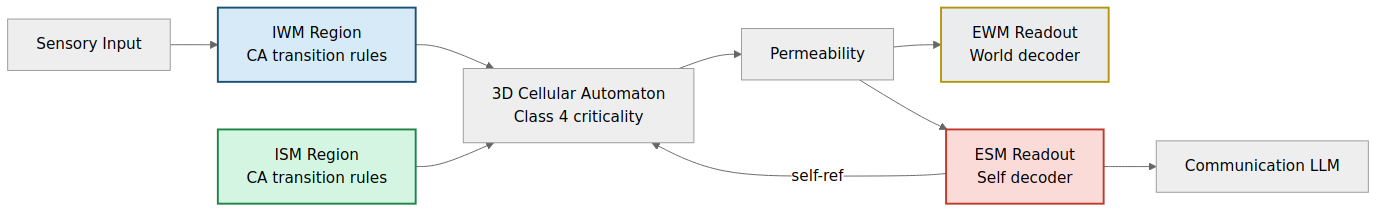
Before: docs/engineering/designs/pdf/png/design-02-simple.png, a diagram exported from Mermaid (JeltzProstetnic/aIware). Its source is kept beside it as docs/engineering/designs/pdf/mmd/design-02-simple.mmd. The source it was exported from:
```mermaid
graph LR
    SENS[Sensory Input] --> IWM[IWM Region<br/>CA transition rules]
    IWM --> CA[3D Cellular Automaton<br/>Class 4 criticality]
    ISM[ISM Region<br/>CA transition rules] --> CA
    CA --> PERM[Permeability]
    PERM --> EWM[EWM Readout<br/>World decoder]
    PERM --> ESM[ESM Readout<br/>Self decoder]
    ESM -->|self-ref| CA
    ESM --> COMM[Communication LLM]
    style IWM fill:#D6EAF8,stroke:#1A5276,stroke-width:2px
    style ISM fill:#D5F5E3,stroke:#1E8449,stroke-width:2px
    style EWM fill:#EAECEE,stroke:#B7950B,stroke-width:2px
    style ESM fill:#FADBD8,stroke:#C0392B,stroke-width:2px
```
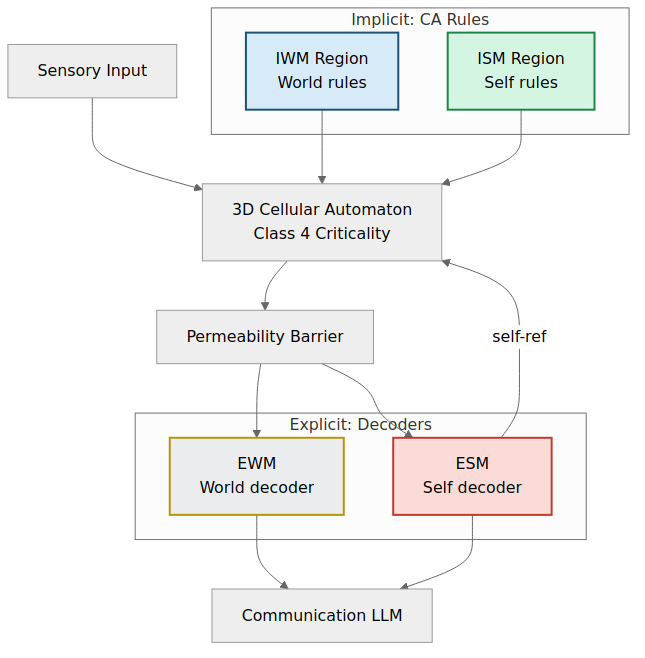
After the change.

Diff of the diagram source:
```diff
@@ -1,12 +1,21 @@
-graph LR
-    SENS[Sensory Input] --> IWM[IWM Region<br/>CA transition rules]
-    IWM --> CA[3D Cellular Automaton<br/>Class 4 criticality]
-    ISM[ISM Region<br/>CA transition rules] --> CA
-    CA --> PERM[Permeability]
-    PERM --> EWM[EWM Readout<br/>World decoder]
-    PERM --> ESM[ESM Readout<br/>Self decoder]
+graph TD
+    SENS[Sensory Input] --> CA
+    subgraph IMPL["Implicit: CA Rules"]
+        IWM["IWM Region<br/>World rules"]
+        ISM["ISM Region<br/>Self rules"]
+    end
+    IWM --> CA["3D Cellular Automaton<br/>Class 4 Criticality"]
+    ISM --> CA
+    CA --> PERM["Permeability Barrier"]
+    PERM --> EWM
+    PERM --> ESM
+    subgraph EXPL["Explicit: Decoders"]
+        EWM["EWM<br/>World decoder"]
+        ESM["ESM<br/>Self decoder"]
+    end
     ESM -->|self-ref| CA
-    ESM --> COMM[Communication LLM]
+    EWM --> COMM[Communication LLM]
+    ESM --> COMM
     style IWM fill:#D6EAF8,stroke:#1A5276,stroke-width:2px
     style ISM fill:#D5F5E3,stroke:#1E8449,stroke-width:2px
     style EWM fill:#EAECEE,stroke:#B7950B,stroke-width:2px
```
